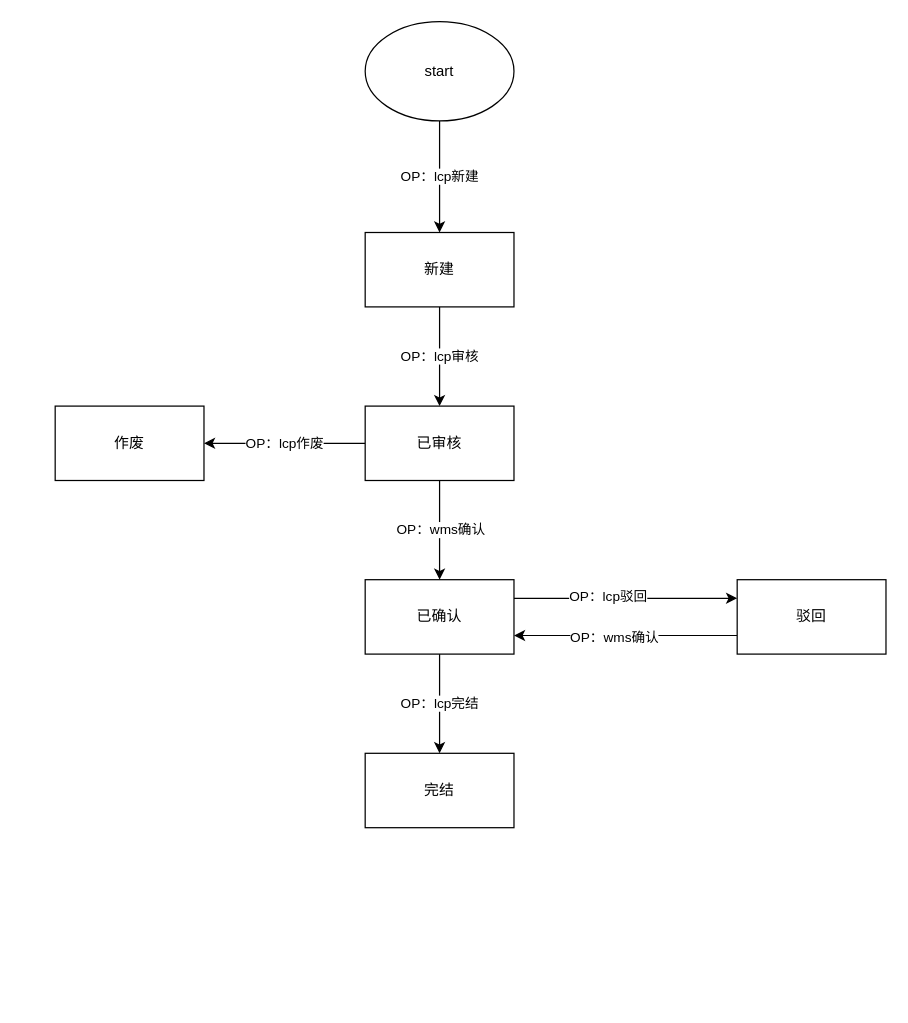
Earlier version of the draw.io diagram diagrams/增值服务状态机.drawio (libo9527/static). Source tidied: cells renumbered, new cells numbered last; positions are measured from the earlier drawing's top-left corner, leaving out a move shared by most shapes. Both pictures are drawn from the tidied source at 124%, with x=0, y=0 at pixel (55, 21).
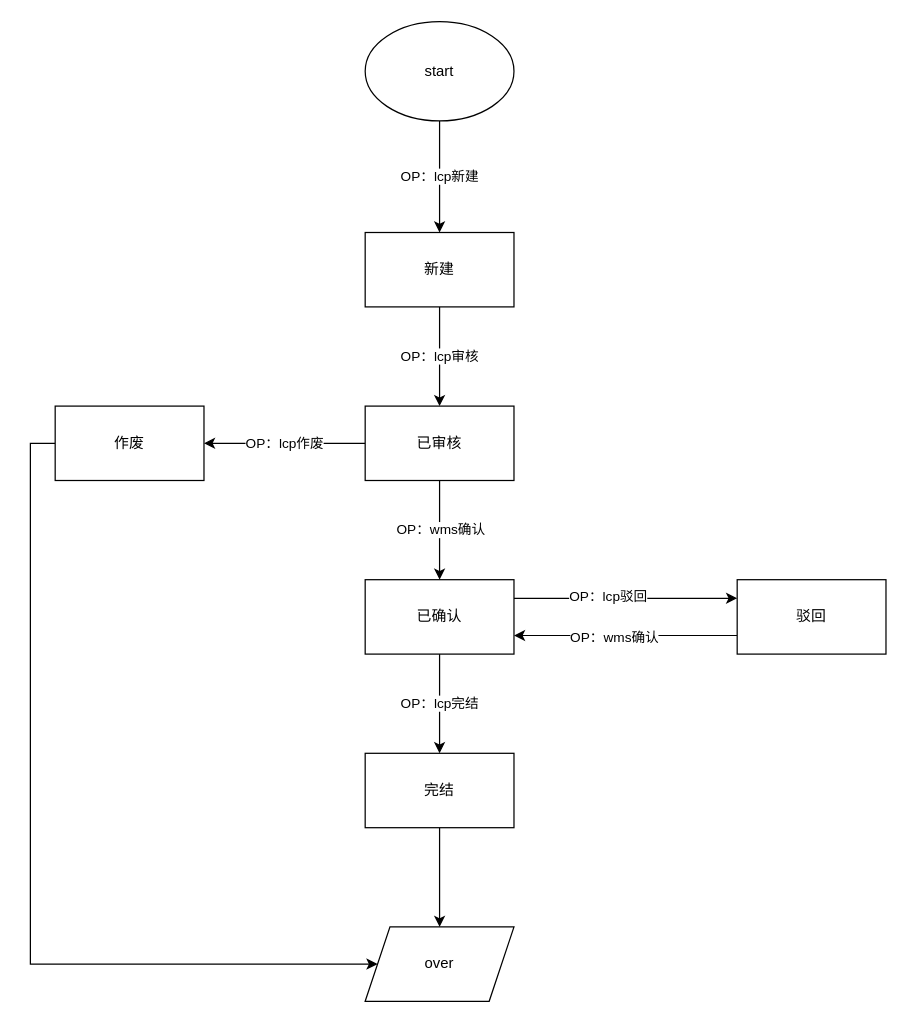
After the change.

Commit message (it also covers changes not shown here):
Update 增值服务状态机.drawio

The change refers to these unchanged cells:
```xml
<mxCell id="14" value="完结" style="whiteSpace=wrap;html=1;" parent="1" vertex="1">
  <mxGeometry x="250" y="590" width="120" height="60" as="geometry" />
</mxCell>
<mxCell id="15" value="作废" style="whiteSpace=wrap;html=1;" parent="1" vertex="1">
  <mxGeometry y="310" width="120" height="60" as="geometry" />
</mxCell>
```

The edit, as a diff of the source:
```diff
@@
+    <mxCell id="19" style="edgeStyle=orthogonalEdgeStyle;rounded=0;jettySize=auto;html=1;labelBackgroundColor=#FFFFFF;" parent="1" edge="1" source="14" target="21">
+      <mxGeometry relative="1" as="geometry" />
+    </mxCell>
@@
+    <mxCell id="20" style="edgeStyle=orthogonalEdgeStyle;rounded=0;jettySize=auto;html=1;exitX=0;exitY=0.5;exitDx=0;exitDy=0;entryX=0;entryY=0.5;entryDx=0;entryDy=0;labelBackgroundColor=#FFFFFF;" parent="1" edge="1" source="15" target="21">
+      <mxGeometry relative="1" as="geometry">
+        <Array as="points">
+          <mxPoint x="-20" y="340" />
+          <mxPoint x="-20" y="760" />
+        </Array>
+      </mxGeometry>
+    </mxCell>
@@
+    <mxCell id="21" value="over" style="shape=parallelogram;perimeter=parallelogramPerimeter;whiteSpace=wrap;html=1;fixedSize=1;" parent="1" vertex="1">
+      <mxGeometry x="250" y="730" width="120" height="60" as="geometry" />
+    </mxCell>
```
